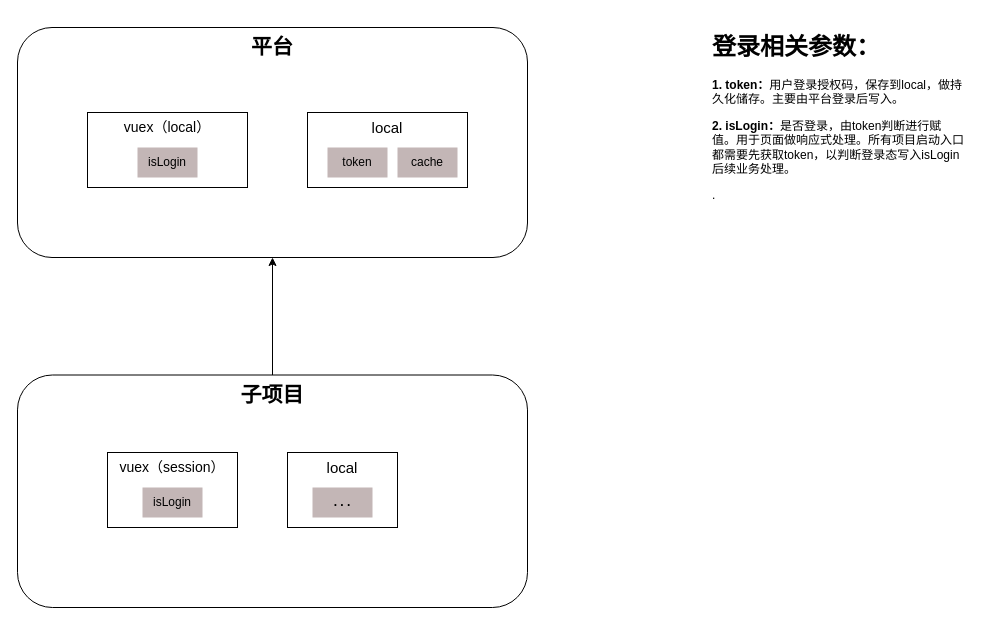
The draw.io diagram 登录态图.drawio in metre/images, before the edit. Source tidied: cells renumbered, new cells numbered last; positions are measured from the earlier drawing's top-left corner, leaving out a move shared by most shapes. Both pictures are drawn from the tidied source at 100%, with x=0, y=0 at pixel (17, 27).
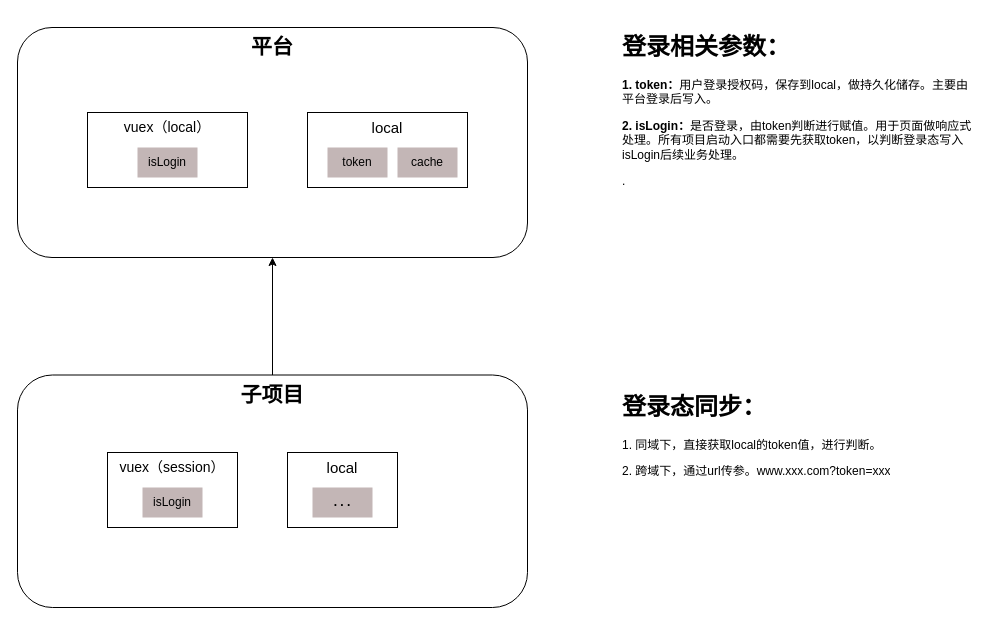
After the change.

Commit message (it also covers changes not shown here):
更新登录态图.drawio

Change to the diagram source:
```diff
@@
 <mxGraphModel>
   <root>
     <mxCell id="0" />
     <mxCell id="1" parent="0" />
     <mxCell id="2" value="平台" style="rounded=1;whiteSpace=wrap;html=1;fontSize=21;fontStyle=1;verticalAlign=top;" parent="1" vertex="1">
       <mxGeometry width="510" height="230" as="geometry" />
     </mxCell>
     <mxCell id="3" value="vuex（local）" style="rounded=0;whiteSpace=wrap;html=1;fontSize=14;verticalAlign=top;" parent="1" vertex="1">
       <mxGeometry x="70" y="85" width="160" height="75" as="geometry" />
     </mxCell>
     <mxCell id="4" value="local" style="rounded=0;whiteSpace=wrap;html=1;fontSize=15;verticalAlign=top;" parent="1" vertex="1">
       <mxGeometry x="290" y="85" width="160" height="75" as="geometry" />
     </mxCell>
     <mxCell id="5" value="token" style="text;html=1;strokeColor=none;fillColor=#c3b6b6;align=center;verticalAlign=middle;whiteSpace=wrap;rounded=0;fillStyle=auto;" parent="1" vertex="1">
       <mxGeometry x="310" y="120" width="60" height="30" as="geometry" />
     </mxCell>
     <mxCell id="6" value="isLogin" style="text;html=1;strokeColor=none;fillColor=#c3b6b6;align=center;verticalAlign=middle;whiteSpace=wrap;rounded=0;fillStyle=auto;" parent="1" vertex="1">
       <mxGeometry x="120" y="120" width="60" height="30" as="geometry" />
     </mxCell>
     <mxCell id="7" style="edgeStyle=orthogonalEdgeStyle;rounded=0;jettySize=auto;html=1;entryX=0.5;entryY=1;entryDx=0;entryDy=0;" parent="1" edge="1" source="8" target="2">
       <mxGeometry relative="1" as="geometry" />
     </mxCell>
     <mxCell id="8" value="子项目" style="rounded=1;whiteSpace=wrap;html=1;fontSize=21;fontStyle=1;verticalAlign=top;" parent="1" vertex="1">
       <mxGeometry y="347.5" width="510" height="232.5" as="geometry" />
     </mxCell>
     <mxCell id="9" value="vuex（session）" style="rounded=0;whiteSpace=wrap;html=1;fontSize=14;verticalAlign=top;" parent="1" vertex="1">
       <mxGeometry x="90" y="425" width="130" height="75" as="geometry" />
     </mxCell>
     <mxCell id="10" value="local" style="rounded=0;whiteSpace=wrap;html=1;fontSize=15;verticalAlign=top;" parent="1" vertex="1">
       <mxGeometry x="270" y="425" width="110" height="75" as="geometry" />
     </mxCell>
     <mxCell id="11" value="isLogin" style="text;html=1;strokeColor=none;fillColor=#c3b6b6;align=center;verticalAlign=middle;whiteSpace=wrap;rounded=0;fillStyle=auto;" parent="1" vertex="1">
       <mxGeometry x="125" y="460" width="60" height="30" as="geometry" />
     </mxCell>
     <mxCell id="12" value="&lt;h1&gt;登录相关参数：&lt;/h1&gt;&lt;p&gt;&lt;b&gt;1. token：&lt;/b&gt;用户登录授权码，保存到local，做持久化储存。主要由平台登录后写入。&lt;/p&gt;&lt;p&gt;&lt;b&gt;2. isLogin：&lt;/b&gt;是否登录，由token判断进行赋值。用于页面做响应式处理。所有项目启动入口都需要先获取token，以判断登录态写入isLogin后续业务处理。&lt;/p&gt;&lt;p&gt;.&lt;/p&gt;" style="text;html=1;strokeColor=none;fillColor=none;spacing=5;spacingTop=-20;whiteSpace=wrap;overflow=hidden;rounded=0;" parent="1" vertex="1">
-      <mxGeometry x="690" width="260" height="330" as="geometry" />
+      <mxGeometry x="600" width="360" height="330" as="geometry" />
     </mxCell>
     <mxCell id="13" value=". . ." style="text;html=1;strokeColor=none;fillColor=#c3b6b6;align=center;verticalAlign=middle;whiteSpace=wrap;rounded=0;fillStyle=auto;fontStyle=1;" parent="1" vertex="1">
       <mxGeometry x="295" y="460" width="60" height="30" as="geometry" />
     </mxCell>
     <mxCell id="14" value="cache" style="text;html=1;strokeColor=none;fillColor=#c3b6b6;align=center;verticalAlign=middle;whiteSpace=wrap;rounded=0;fillStyle=auto;" parent="1" vertex="1">
       <mxGeometry x="380" y="120" width="60" height="30" as="geometry" />
     </mxCell>
+    <mxCell id="15" value="&lt;h1&gt;登录态同步：&lt;/h1&gt;&lt;p&gt;1. 同域下，直接获取local的token值，进行判断。&lt;/p&gt;&lt;p&gt;2. 跨域下，通过url传参。www.xxx.com?token=xxx&lt;/p&gt;" style="text;html=1;strokeColor=none;fillColor=none;spacing=5;spacingTop=-20;whiteSpace=wrap;overflow=hidden;rounded=0;" parent="1" vertex="1">
+      <mxGeometry x="600" y="360" width="360" height="120" as="geometry" />
+    </mxCell>
   </root>
 </mxGraphModel>
```
